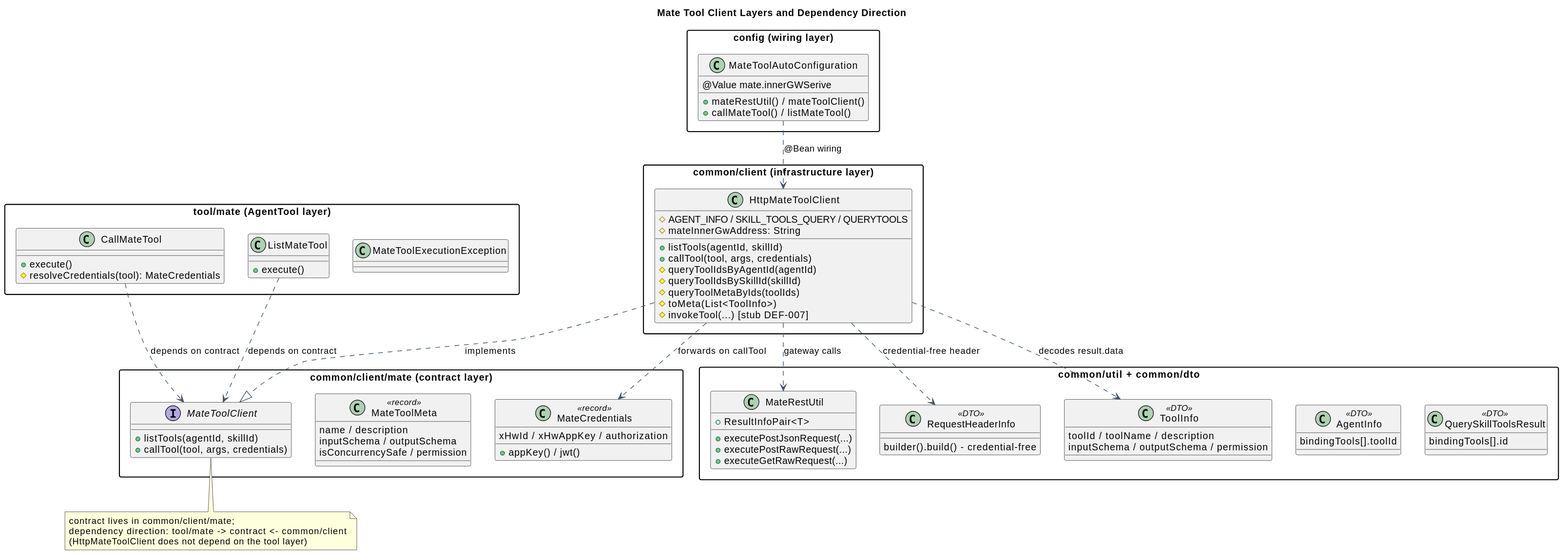
Above: docs/designs/mate-tool-client/mate_tool_client_layers.svg in 2862282695gjh-afk/pi-mono-java (PlantUML), before the change.
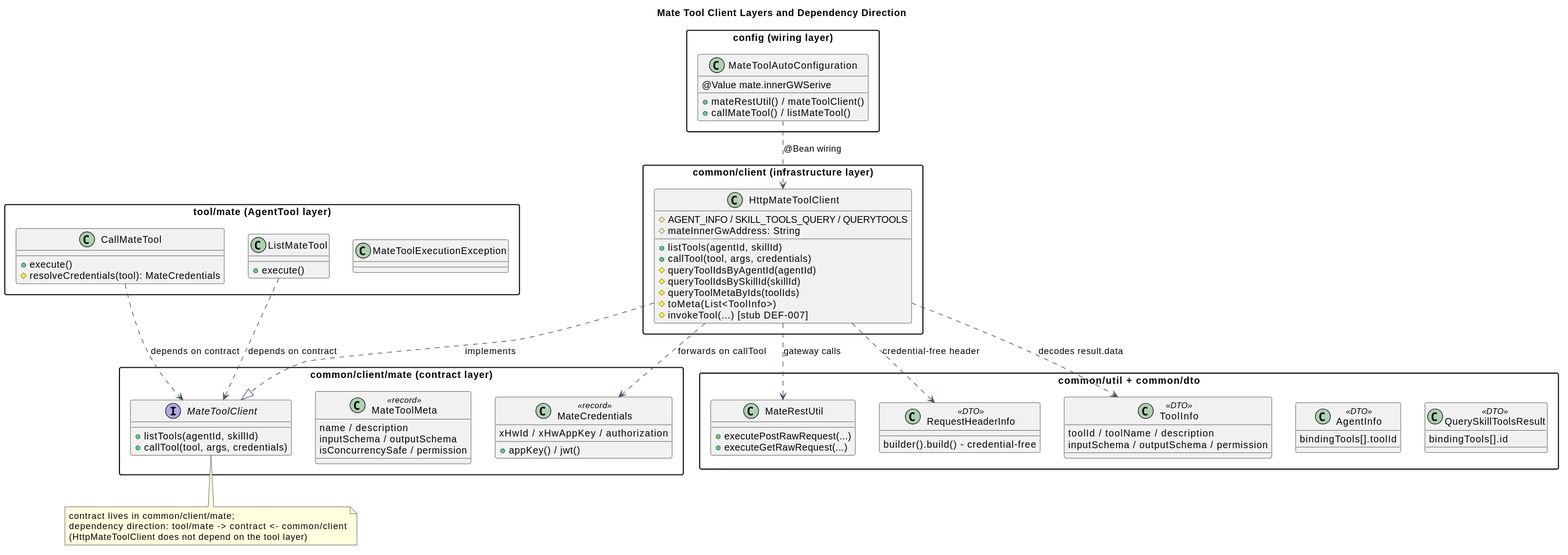
Above is the later version.

Diff of the diagram source:
```diff
@@ -50,10 +50,8 @@
 
 package "common/util + common/dto" {
   class MateRestUtil {
-    + executePostJsonRequest(...)
     + executePostRawRequest(...)
     + executeGetRawRequest(...)
-    + ResultInfoPair<T>
   }
   class RequestHeaderInfo <<DTO>> {
     builder().build() - credential-free
```
